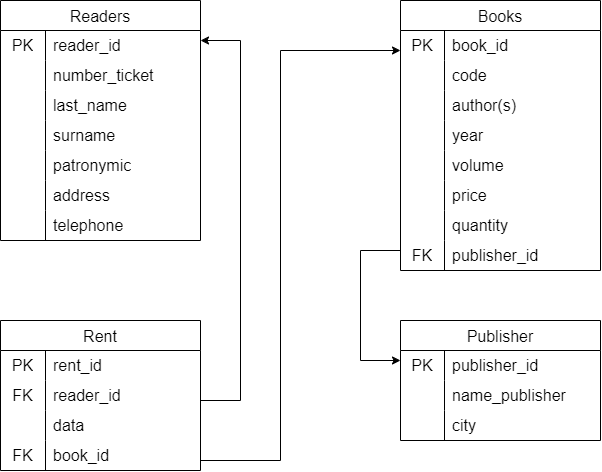
Above: logic_diagram.png in SergeyGitH/Task1.2 (draw.io), before the change. Source tidied: cells renumbered, new cells last; positions are measured from the earlier drawing's top-left corner, leaving out a move shared by most shapes.
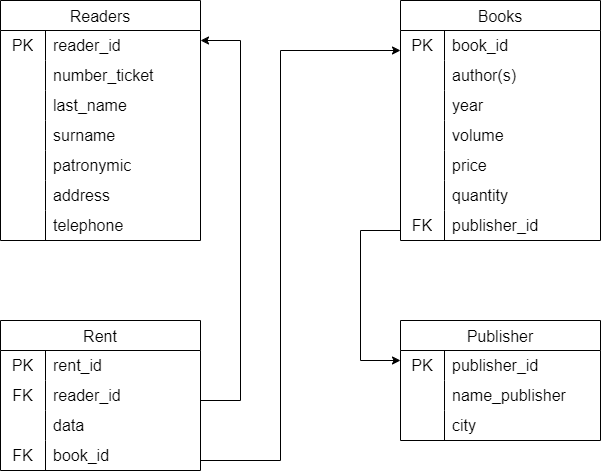
The same file after the commit.

Commit message:
Отправка логической диаграммы вер.2

Change to the diagram source:
```diff
@@ -108,7 +108,7 @@
       <mxGeometry x="45" width="155" height="30" as="geometry" />
     </mxCell>
     <mxCell id="37" value="Books" style="shape=table;startSize=30;rowLines=0;fontStyle=0;strokeColor=default;fontSize=16;" parent="1" vertex="1">
-      <mxGeometry x="400" width="200" height="270" as="geometry" />
+      <mxGeometry x="400" width="200" height="240" as="geometry" />
     </mxCell>
     <mxCell id="38" style="shape=tableRow;horizontal=0;startSize=0;swimlaneHead=0;swimlaneBody=0;top=0;left=0;bottom=0;right=0;fillColor=none;strokeColor=inherit;fontSize=16;" parent="37" vertex="1">
       <mxGeometry y="30" width="200" height="30" as="geometry" />
@@ -119,17 +119,8 @@
     <mxCell id="40" value="book_id" style="shape=partialRectangle;html=1;whiteSpace=wrap;fillColor=none;top=0;left=0;bottom=0;right=0;align=left;spacingLeft=6;overflow=hidden;strokeColor=inherit;fontSize=16;" parent="38" vertex="1">
       <mxGeometry x="44" width="156" height="30" as="geometry" />
     </mxCell>
-    <mxCell id="41" style="shape=tableRow;horizontal=0;startSize=0;swimlaneHead=0;swimlaneBody=0;top=0;left=0;bottom=0;right=0;fillColor=none;strokeColor=inherit;fontSize=16;" parent="37" vertex="1">
-      <mxGeometry y="60" width="200" height="30" as="geometry" />
-    </mxCell>
-    <mxCell id="42" style="shape=partialRectangle;html=1;whiteSpace=wrap;fillColor=none;top=0;left=0;bottom=0;right=0;overflow=hidden;strokeColor=inherit;fontSize=16;" parent="41" vertex="1">
-      <mxGeometry width="44" height="30" as="geometry" />
-    </mxCell>
-    <mxCell id="43" value="code" style="shape=partialRectangle;html=1;whiteSpace=wrap;fillColor=none;top=0;left=0;bottom=0;right=0;align=left;spacingLeft=6;overflow=hidden;strokeColor=inherit;fontSize=16;" parent="41" vertex="1">
-      <mxGeometry x="44" width="156" height="30" as="geometry" />
-    </mxCell>
     <mxCell id="44" style="shape=tableRow;horizontal=0;startSize=0;swimlaneHead=0;swimlaneBody=0;top=0;left=0;bottom=0;right=0;fillColor=none;strokeColor=inherit;fontSize=16;" parent="37" vertex="1">
-      <mxGeometry y="90" width="200" height="30" as="geometry" />
+      <mxGeometry y="60" width="200" height="30" as="geometry" />
     </mxCell>
     <mxCell id="45" style="shape=partialRectangle;html=1;whiteSpace=wrap;fillColor=none;top=0;left=0;bottom=0;right=0;overflow=hidden;strokeColor=inherit;fontSize=16;" parent="44" vertex="1">
       <mxGeometry width="44" height="30" as="geometry" />
@@ -138,7 +129,7 @@
       <mxGeometry x="44" width="156" height="30" as="geometry" />
     </mxCell>
     <mxCell id="47" style="shape=tableRow;horizontal=0;startSize=0;swimlaneHead=0;swimlaneBody=0;top=0;left=0;bottom=0;right=0;fillColor=none;strokeColor=inherit;fontSize=16;" parent="37" vertex="1">
-      <mxGeometry y="120" width="200" height="30" as="geometry" />
+      <mxGeometry y="90" width="200" height="30" as="geometry" />
     </mxCell>
     <mxCell id="48" style="shape=partialRectangle;html=1;whiteSpace=wrap;fillColor=none;top=0;left=0;bottom=0;right=0;overflow=hidden;strokeColor=inherit;fontSize=16;" parent="47" vertex="1">
       <mxGeometry width="44" height="30" as="geometry" />
@@ -147,7 +138,7 @@
       <mxGeometry x="44" width="156" height="30" as="geometry" />
     </mxCell>
     <mxCell id="50" style="shape=tableRow;horizontal=0;startSize=0;swimlaneHead=0;swimlaneBody=0;top=0;left=0;bottom=0;right=0;fillColor=none;strokeColor=inherit;fontSize=16;" parent="37" vertex="1">
-      <mxGeometry y="150" width="200" height="30" as="geometry" />
+      <mxGeometry y="120" width="200" height="30" as="geometry" />
     </mxCell>
     <mxCell id="51" style="shape=partialRectangle;html=1;whiteSpace=wrap;fillColor=none;top=0;left=0;bottom=0;right=0;overflow=hidden;strokeColor=inherit;fontSize=16;" parent="50" vertex="1">
       <mxGeometry width="44" height="30" as="geometry" />
@@ -156,7 +147,7 @@
       <mxGeometry x="44" width="156" height="30" as="geometry" />
     </mxCell>
     <mxCell id="53" style="shape=tableRow;horizontal=0;startSize=0;swimlaneHead=0;swimlaneBody=0;top=0;left=0;bottom=0;right=0;fillColor=none;strokeColor=inherit;fontSize=16;" parent="37" vertex="1">
-      <mxGeometry y="180" width="200" height="30" as="geometry" />
+      <mxGeometry y="150" width="200" height="30" as="geometry" />
     </mxCell>
     <mxCell id="54" style="shape=partialRectangle;html=1;whiteSpace=wrap;fillColor=none;top=0;left=0;bottom=0;right=0;overflow=hidden;strokeColor=inherit;fontSize=16;" parent="53" vertex="1">
       <mxGeometry width="44" height="30" as="geometry" />
@@ -165,7 +156,7 @@
       <mxGeometry x="44" width="156" height="30" as="geometry" />
     </mxCell>
     <mxCell id="56" style="shape=tableRow;horizontal=0;startSize=0;swimlaneHead=0;swimlaneBody=0;top=0;left=0;bottom=0;right=0;fillColor=none;strokeColor=inherit;fontSize=16;" parent="37" vertex="1">
-      <mxGeometry y="210" width="200" height="30" as="geometry" />
+      <mxGeometry y="180" width="200" height="30" as="geometry" />
     </mxCell>
     <mxCell id="57" style="shape=partialRectangle;html=1;whiteSpace=wrap;fillColor=none;top=0;left=0;bottom=0;right=0;overflow=hidden;strokeColor=inherit;fontSize=16;" parent="56" vertex="1">
       <mxGeometry width="44" height="30" as="geometry" />
@@ -174,7 +165,7 @@
       <mxGeometry x="44" width="156" height="30" as="geometry" />
     </mxCell>
     <mxCell id="59" style="shape=tableRow;horizontal=0;startSize=0;swimlaneHead=0;swimlaneBody=0;top=0;left=0;bottom=0;right=0;fillColor=none;strokeColor=inherit;fontSize=16;" parent="37" vertex="1">
-      <mxGeometry y="240" width="200" height="30" as="geometry" />
+      <mxGeometry y="210" width="200" height="30" as="geometry" />
     </mxCell>
     <mxCell id="60" value="FK" style="shape=partialRectangle;html=1;whiteSpace=wrap;fillColor=none;top=0;left=0;bottom=0;right=0;overflow=hidden;strokeColor=inherit;fontSize=16;" parent="59" vertex="1">
       <mxGeometry width="44" height="30" as="geometry" />
@@ -251,7 +242,7 @@
     <mxCell id="78" style="endArrow=none;html=1;rounded=0;" parent="1" edge="1">
       <mxGeometry relative="1" as="geometry">
         <mxPoint x="360" y="360" as="sourcePoint" />
-        <mxPoint x="360" y="250" as="targetPoint" />
+        <mxPoint x="360" y="230" as="targetPoint" />
       </mxGeometry>
     </mxCell>
     <mxCell id="79" style="endArrow=classic;html=1;rounded=0;" parent="1" edge="1">
@@ -262,8 +253,8 @@
     </mxCell>
     <mxCell id="80" style="endArrow=none;html=1;rounded=0;" parent="1" edge="1">
       <mxGeometry relative="1" as="geometry">
-        <mxPoint x="360" y="250" as="sourcePoint" />
-        <mxPoint x="400" y="250" as="targetPoint" />
+        <mxPoint x="360" y="230" as="sourcePoint" />
+        <mxPoint x="400" y="230" as="targetPoint" />
       </mxGeometry>
     </mxCell>
     <mxCell id="81" value="data" style="shape=partialRectangle;html=1;whiteSpace=wrap;fillColor=none;top=0;left=0;bottom=0;right=0;align=left;spacingLeft=6;overflow=hidden;strokeColor=inherit;fontSize=16;" parent="1" vertex="1">
```
